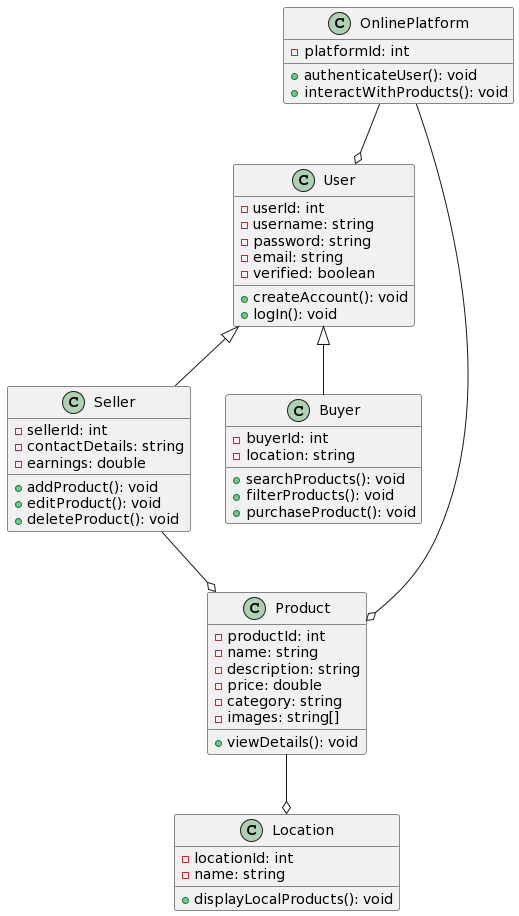
Above: 2nd iteration/Business class diagram.png in zakariaCHOUKRI/Organic-Marketplace (PlantUML), before the change. The source it was exported from:
```plantuml
@startuml
class User {
  -userId: int
  -username: string
  -password: string
  -email: string
  -verified: boolean
  +createAccount(): void
  +logIn(): void
}

class Seller extends User{
  -sellerId: int
  -contactDetails: string
  -earnings: double
  +addProduct(): void
  +editProduct(): void
  +deleteProduct(): void
}

class Buyer extends User{
  -buyerId: int
  -location: string
  +searchProducts(): void
  +filterProducts(): void
  +purchaseProduct(): void
}

class Product {
  -productId: int
  -name: string
  -description: string
  -price: double
  -category: string
  -images: string[]
  +viewDetails(): void
}

class Location {
  -locationId: int
  -name: string
  +displayLocalProducts(): void
}

class OnlinePlatform {
  -platformId: int
  +authenticateUser(): void
  +interactWithProducts(): void
}

OnlinePlatform --o User
OnlinePlatform --o Product

Product --o Location

Seller --o Product
@enduml
```
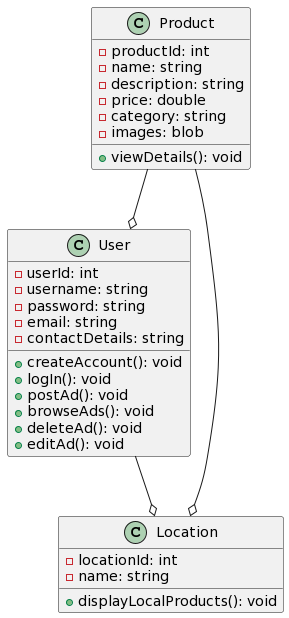
After the commit.

What changed in the source:
```diff
@@ -4,26 +4,13 @@
   -username: string
   -password: string
   -email: string
-  -verified: boolean
+  -contactDetails: string
   +createAccount(): void
   +logIn(): void
-}
-
-class Seller extends User{
-  -sellerId: int
-  -contactDetails: string
-  -earnings: double
-  +addProduct(): void
-  +editProduct(): void
-  +deleteProduct(): void
-}
-
-class Buyer extends User{
-  -buyerId: int
-  -location: string
-  +searchProducts(): void
-  +filterProducts(): void
-  +purchaseProduct(): void
+  +postAd(): void
+  +browseAds(): void
+  +deleteAd(): void
+  +editAd(): void
 }
 
 class Product {
@@ -32,7 +19,7 @@
   -description: string
   -price: double
   -category: string
-  -images: string[]
+  -images: blob
   +viewDetails(): void
 }
 
@@ -42,16 +29,8 @@
   +displayLocalProducts(): void
 }
 
-class OnlinePlatform {
-  -platformId: int
-  +authenticateUser(): void
-  +interactWithProducts(): void
-}
+Product --o Location
+Product --o User
 
-OnlinePlatform --o User
-OnlinePlatform --o Product
-
-Product --o Location
-
-Seller --o Product
+User --o Location
 @enduml
```
